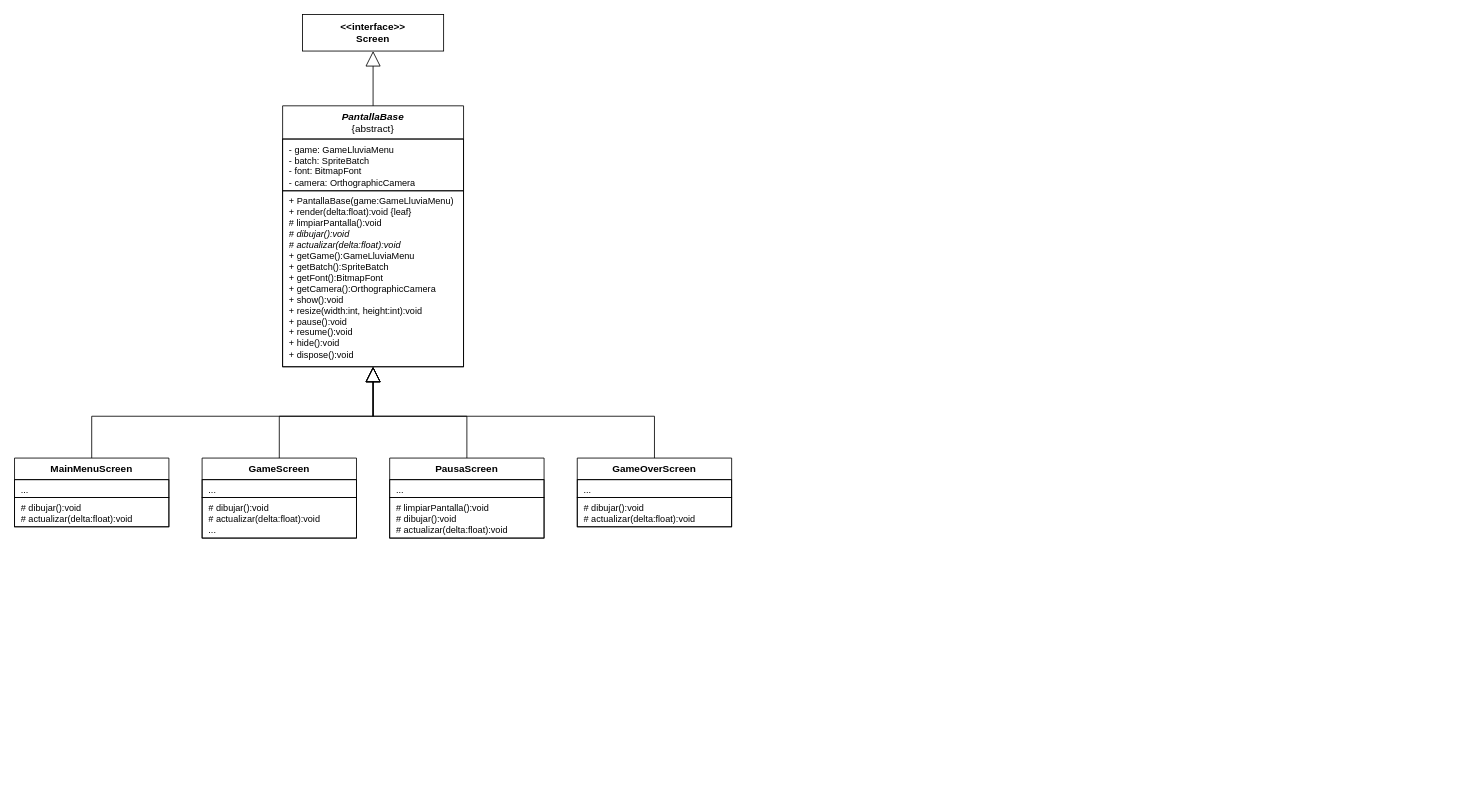
Before: docs/uml-gm8-template-method.drawio in The-Nick-J/GM-Lluvia, a draw.io diagram. Source tidied: cells renumbered, new cells numbered last; positions are measured from the earlier drawing's top-left corner, leaving out a move shared by most shapes. Both pictures are drawn from the tidied source at 83%, with x=0, y=0 at pixel (14, 14).
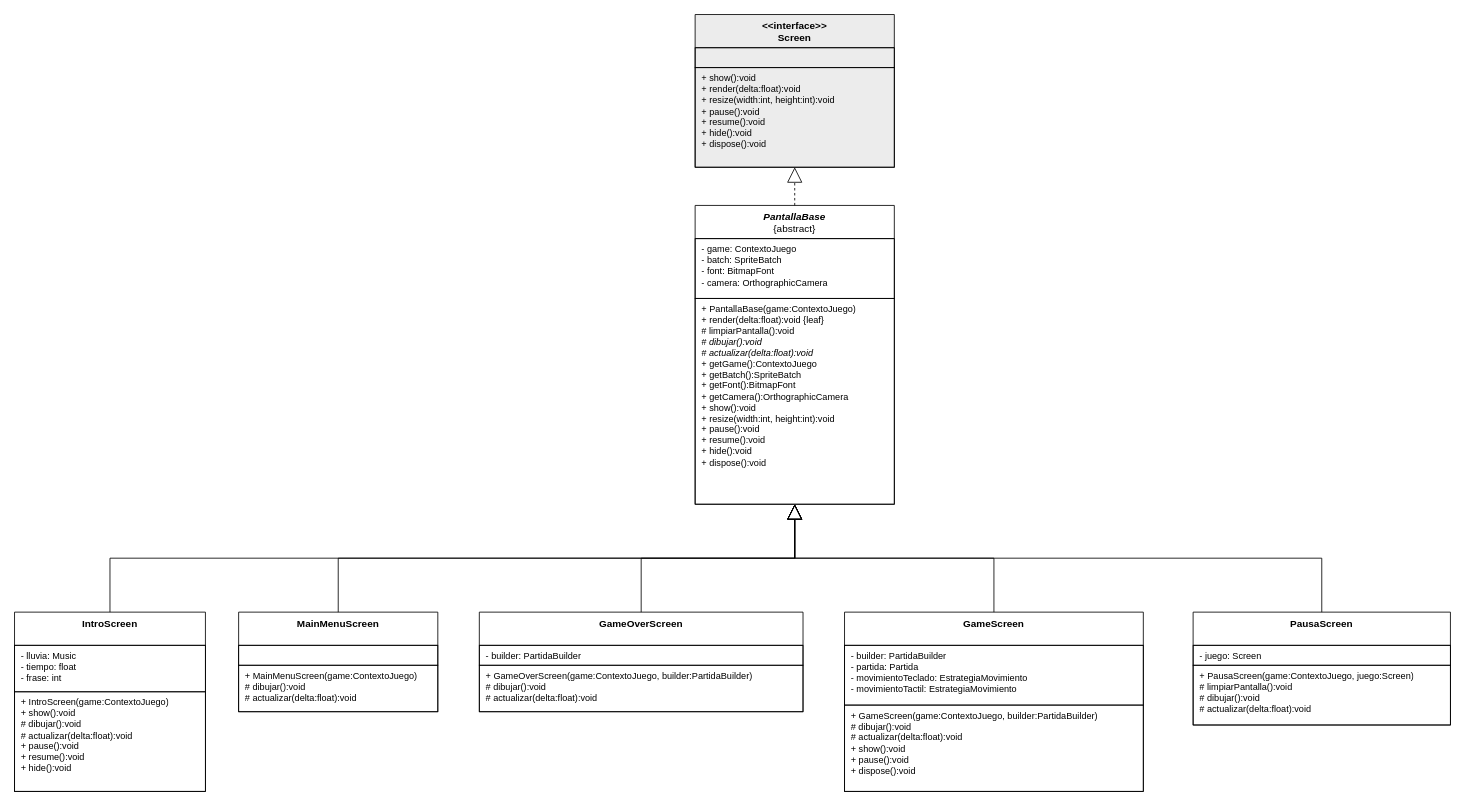
Above is the later version.

What changed in the source:
```diff
@@
-    <mxCell id="2" value="&lt;b&gt;&amp;lt;&amp;lt;interface&amp;gt;&amp;gt;&lt;br&gt;Screen&lt;/b&gt;" style="rounded=0;whiteSpace=wrap;html=1;fillColor=#ffffff;strokeColor=#000000;fontSize=12;fontFamily=Arial;fontColor=#000000;" parent="1" vertex="1">
-      <mxGeometry x="347" width="170" height="44" as="geometry" />
+    <mxCell id="2" value="&lt;b&gt;&amp;lt;&amp;lt;interface&amp;gt;&amp;gt;&lt;br&gt;Screen&lt;/b&gt;" style="swimlane;fontStyle=0;html=1;align=center;verticalAlign=top;horizontal=1;startSize=40;whiteSpace=wrap;fillColor=#ececec;swimlaneFillColor=#ececec;strokeColor=#000000;fontSize=12;fontFamily=Arial;fontColor=#000000;" parent="1" vertex="1">
+      <mxGeometry x="820" width="240" height="184" as="geometry" />
     </mxCell>
+    <mxCell id="23" value="&amp;nbsp;" style="text;html=1;fillColor=none;align=left;verticalAlign=top;spacingLeft=6;spacingRight=4;overflow=hidden;whiteSpace=wrap;fontSize=11;strokeColor=#000000;fontFamily=Arial;fontColor=#000000;" parent="2" vertex="1">
+      <mxGeometry y="40" width="240" height="24" as="geometry" />
+    </mxCell>
+    <mxCell id="24" value="+ show():void&lt;br&gt;+ render(delta:float):void&lt;br&gt;+ resize(width:int, height:int):void&lt;br&gt;+ pause():void&lt;br&gt;+ resume():void&lt;br&gt;+ hide():void&lt;br&gt;+ dispose():void" style="text;html=1;fillColor=none;align=left;verticalAlign=top;spacingLeft=6;spacingRight=4;overflow=hidden;whiteSpace=wrap;fontSize=11;strokeColor=#000000;fontFamily=Arial;fontColor=#000000;" parent="2" vertex="1">
+      <mxGeometry y="64" width="240" height="120" as="geometry" />
+    </mxCell>
     <mxCell id="3" value="&lt;b&gt;&lt;i&gt;PantallaBase&lt;/i&gt;&lt;/b&gt;&lt;br&gt;{abstract}" style="swimlane;fontStyle=0;html=1;align=center;verticalAlign=top;horizontal=1;startSize=40;whiteSpace=wrap;fillColor=#ffffff;swimlaneFillColor=#ffffff;strokeColor=#000000;fontSize=12;fontFamily=Arial;fontColor=#000000;" parent="1" vertex="1">
-      <mxGeometry x="323" y="110" width="218" height="314.4" as="geometry" />
+      <mxGeometry x="820" y="230" width="240" height="360" as="geometry" />
     </mxCell>
-    <mxCell id="4" value="- game: GameLluviaMenu&lt;br&gt;- batch: SpriteBatch&lt;br&gt;- font: BitmapFont&lt;br&gt;- camera: OrthographicCamera" style="text;html=1;fillColor=none;align=left;verticalAlign=top;spacingLeft=6;spacingRight=4;overflow=hidden;whiteSpace=wrap;fontSize=11;fontFamily=Arial;fontColor=#000000;strokeColor=#000000;" parent="3" vertex="1">
-      <mxGeometry y="40" width="218" height="62.4" as="geometry" />
-    </mxCell>
-    <mxCell id="5" value="+ PantallaBase(game:GameLluviaMenu)&lt;br&gt;+ render(delta:float):void {leaf}&lt;br&gt;# limpiarPantalla():void&lt;br&gt;&lt;i&gt;# dibujar():void&lt;/i&gt;&lt;br&gt;&lt;i&gt;# actualizar(delta:float):void&lt;/i&gt;&lt;br&gt;+ getGame():GameLluviaMenu&lt;br&gt;+ getBatch():SpriteBatch&lt;br&gt;+ getFont():BitmapFont&lt;br&gt;+ getCamera():OrthographicCamera&lt;br&gt;+ show():void&lt;br&gt;+ resize(width:int, height:int):void&lt;br&gt;+ pause():void&lt;br&gt;+ resume():void&lt;br&gt;+ hide():void&lt;br&gt;+ dispose():void" style="text;html=1;fillColor=none;align=left;verticalAlign=top;spacingLeft=6;spacingRight=4;overflow=hidden;whiteSpace=wrap;fontSize=11;fontFamily=Arial;fontColor=#000000;strokeColor=#000000;" parent="3" vertex="1">
-      <mxGeometry y="102.4" width="218" height="212" as="geometry" />
-    </mxCell>
+    <mxCell id="25" value="- game: ContextoJuego&lt;br&gt;- batch: SpriteBatch&lt;br&gt;- font: BitmapFont&lt;br&gt;- camera: OrthographicCamera" style="text;html=1;fillColor=none;align=left;verticalAlign=top;spacingLeft=6;spacingRight=4;overflow=hidden;whiteSpace=wrap;fontSize=11;strokeColor=#000000;fontFamily=Arial;fontColor=#000000;" parent="3" vertex="1">
+      <mxGeometry y="40" width="240" height="72" as="geometry" />
+    </mxCell>
+    <mxCell id="26" value="+ PantallaBase(game:ContextoJuego)&lt;br&gt;+ render(delta:float):void {leaf}&lt;br&gt;# limpiarPantalla():void&lt;br&gt;&lt;i&gt;# dibujar():void&lt;/i&gt;&lt;br&gt;&lt;i&gt;# actualizar(delta:float):void&lt;/i&gt;&lt;br&gt;+ getGame():ContextoJuego&lt;br&gt;+ getBatch():SpriteBatch&lt;br&gt;+ getFont():BitmapFont&lt;br&gt;+ getCamera():OrthographicCamera&lt;br&gt;+ show():void&lt;br&gt;+ resize(width:int, height:int):void&lt;br&gt;+ pause():void&lt;br&gt;+ resume():void&lt;br&gt;+ hide():void&lt;br&gt;+ dispose():void" style="text;html=1;fillColor=none;align=left;verticalAlign=top;spacingLeft=6;spacingRight=4;overflow=hidden;whiteSpace=wrap;fontSize=11;strokeColor=#000000;fontFamily=Arial;fontColor=#000000;" parent="3" vertex="1">
+      <mxGeometry y="112" width="240" height="248" as="geometry" />
+    </mxCell>
+    <mxCell id="27" value="&lt;b&gt;IntroScreen&lt;/b&gt;" style="swimlane;fontStyle=0;html=1;align=center;verticalAlign=top;horizontal=1;startSize=40;whiteSpace=wrap;fillColor=#ffffff;swimlaneFillColor=#ffffff;strokeColor=#000000;fontSize=12;fontFamily=Arial;fontColor=#000000;" parent="1" vertex="1">
+      <mxGeometry y="720" width="230" height="216" as="geometry" />
+    </mxCell>
+    <mxCell id="28" value="- lluvia: Music&lt;br&gt;- tiempo: float&lt;br&gt;- frase: int" style="text;html=1;fillColor=none;align=left;verticalAlign=top;spacingLeft=6;spacingRight=4;overflow=hidden;whiteSpace=wrap;fontSize=11;strokeColor=#000000;fontFamily=Arial;fontColor=#000000;" parent="27" vertex="1">
+      <mxGeometry y="40" width="230" height="56" as="geometry" />
+    </mxCell>
+    <mxCell id="29" value="+ IntroScreen(game:ContextoJuego)&lt;br&gt;+ show():void&lt;br&gt;# dibujar():void&lt;br&gt;# actualizar(delta:float):void&lt;br&gt;+ pause():void&lt;br&gt;+ resume():void&lt;br&gt;+ hide():void" style="text;html=1;fillColor=none;align=left;verticalAlign=top;spacingLeft=6;spacingRight=4;overflow=hidden;whiteSpace=wrap;fontSize=11;strokeColor=#000000;fontFamily=Arial;fontColor=#000000;" parent="27" vertex="1">
+      <mxGeometry y="96" width="230" height="120" as="geometry" />
+    </mxCell>
-    <mxCell id="6" value="&lt;b&gt;MainMenuScreen&lt;/b&gt;" style="swimlane;fontStyle=0;html=1;align=center;verticalAlign=top;horizontal=1;startSize=26;whiteSpace=wrap;fillColor=#ffffff;swimlaneFillColor=#ffffff;strokeColor=#000000;fontSize=12;fontFamily=Arial;fontColor=#000000;" parent="1" vertex="1">
-      <mxGeometry y="534.4" width="186" height="82.8" as="geometry" />
+    <mxCell id="6" value="&lt;b&gt;MainMenuScreen&lt;/b&gt;" style="swimlane;fontStyle=0;html=1;align=center;verticalAlign=top;horizontal=1;startSize=40;whiteSpace=wrap;fillColor=#ffffff;swimlaneFillColor=#ffffff;strokeColor=#000000;fontSize=12;fontFamily=Arial;fontColor=#000000;" parent="1" vertex="1">
+      <mxGeometry x="270" y="720" width="240" height="120" as="geometry" />
     </mxCell>
-    <mxCell id="7" value="..." style="text;html=1;fillColor=none;align=left;verticalAlign=top;spacingLeft=6;spacingRight=4;overflow=hidden;whiteSpace=wrap;fontSize=11;fontFamily=Arial;fontColor=#000000;strokeColor=#000000;" parent="6" vertex="1">
-      <mxGeometry y="26" width="186" height="21.6" as="geometry" />
-    </mxCell>
-    <mxCell id="8" value="# dibujar():void&lt;br&gt;# actualizar(delta:float):void" style="text;html=1;fillColor=none;align=left;verticalAlign=top;spacingLeft=6;spacingRight=4;overflow=hidden;whiteSpace=wrap;fontSize=11;fontFamily=Arial;fontColor=#000000;strokeColor=#000000;" parent="6" vertex="1">
-      <mxGeometry y="47.6" width="186" height="35.2" as="geometry" />
-    </mxCell>
+    <mxCell id="30" value="&amp;nbsp;" style="text;html=1;fillColor=none;align=left;verticalAlign=top;spacingLeft=6;spacingRight=4;overflow=hidden;whiteSpace=wrap;fontSize=11;strokeColor=#000000;fontFamily=Arial;fontColor=#000000;" parent="6" vertex="1">
+      <mxGeometry y="40" width="240" height="24" as="geometry" />
+    </mxCell>
+    <mxCell id="31" value="+ MainMenuScreen(game:ContextoJuego)&lt;br&gt;# dibujar():void&lt;br&gt;# actualizar(delta:float):void" style="text;html=1;fillColor=none;align=left;verticalAlign=top;spacingLeft=6;spacingRight=4;overflow=hidden;whiteSpace=wrap;fontSize=11;strokeColor=#000000;fontFamily=Arial;fontColor=#000000;" parent="6" vertex="1">
+      <mxGeometry y="64" width="240" height="56" as="geometry" />
+    </mxCell>
+    <mxCell id="15" value="&lt;b&gt;GameOverScreen&lt;/b&gt;" style="swimlane;fontStyle=0;html=1;align=center;verticalAlign=top;horizontal=1;startSize=40;whiteSpace=wrap;fillColor=#ffffff;swimlaneFillColor=#ffffff;strokeColor=#000000;fontSize=12;fontFamily=Arial;fontColor=#000000;" parent="1" vertex="1">
+      <mxGeometry x="560" y="720" width="390" height="120" as="geometry" />
+    </mxCell>
+    <mxCell id="32" value="- builder: PartidaBuilder" style="text;html=1;fillColor=none;align=left;verticalAlign=top;spacingLeft=6;spacingRight=4;overflow=hidden;whiteSpace=wrap;fontSize=11;strokeColor=#000000;fontFamily=Arial;fontColor=#000000;" parent="15" vertex="1">
+      <mxGeometry y="40" width="390" height="24" as="geometry" />
+    </mxCell>
+    <mxCell id="33" value="+ GameOverScreen(game:ContextoJuego, builder:PartidaBuilder)&lt;br&gt;# dibujar():void&lt;br&gt;# actualizar(delta:float):void" style="text;html=1;fillColor=none;align=left;verticalAlign=top;spacingLeft=6;spacingRight=4;overflow=hidden;whiteSpace=wrap;fontSize=11;strokeColor=#000000;fontFamily=Arial;fontColor=#000000;" parent="15" vertex="1">
+      <mxGeometry y="64" width="390" height="56" as="geometry" />
+    </mxCell>
-    <mxCell id="9" value="&lt;b&gt;GameScreen&lt;/b&gt;" style="swimlane;fontStyle=0;html=1;align=center;verticalAlign=top;horizontal=1;startSize=26;whiteSpace=wrap;fillColor=#ffffff;swimlaneFillColor=#ffffff;strokeColor=#000000;fontSize=12;fontFamily=Arial;fontColor=#000000;" parent="1" vertex="1">
-      <mxGeometry x="226" y="534.4" width="186" height="96.4" as="geometry" />
+    <mxCell id="9" value="&lt;b&gt;GameScreen&lt;/b&gt;" style="swimlane;fontStyle=0;html=1;align=center;verticalAlign=top;horizontal=1;startSize=40;whiteSpace=wrap;fillColor=#ffffff;swimlaneFillColor=#ffffff;strokeColor=#000000;fontSize=12;fontFamily=Arial;fontColor=#000000;" parent="1" vertex="1">
+      <mxGeometry x="1000" y="720" width="360" height="216" as="geometry" />
     </mxCell>
-    <mxCell id="10" value="..." style="text;html=1;fillColor=none;align=left;verticalAlign=top;spacingLeft=6;spacingRight=4;overflow=hidden;whiteSpace=wrap;fontSize=11;fontFamily=Arial;fontColor=#000000;strokeColor=#000000;" parent="9" vertex="1">
-      <mxGeometry y="26" width="186" height="21.6" as="geometry" />
-    </mxCell>
-    <mxCell id="11" value="# dibujar():void&lt;br&gt;# actualizar(delta:float):void&lt;br&gt;..." style="text;html=1;fillColor=none;align=left;verticalAlign=top;spacingLeft=6;spacingRight=4;overflow=hidden;whiteSpace=wrap;fontSize=11;fontFamily=Arial;fontColor=#000000;strokeColor=#000000;" parent="9" vertex="1">
-      <mxGeometry y="47.6" width="186" height="48.8" as="geometry" />
-    </mxCell>
+    <mxCell id="34" value="- builder: PartidaBuilder&lt;br&gt;- partida: Partida&lt;br&gt;- movimientoTeclado: EstrategiaMovimiento&lt;br&gt;- movimientoTactil: EstrategiaMovimiento" style="text;html=1;fillColor=none;align=left;verticalAlign=top;spacingLeft=6;spacingRight=4;overflow=hidden;whiteSpace=wrap;fontSize=11;strokeColor=#000000;fontFamily=Arial;fontColor=#000000;" parent="9" vertex="1">
+      <mxGeometry y="40" width="360" height="72" as="geometry" />
+    </mxCell>
+    <mxCell id="35" value="+ GameScreen(game:ContextoJuego, builder:PartidaBuilder)&lt;br&gt;# dibujar():void&lt;br&gt;# actualizar(delta:float):void&lt;br&gt;+ show():void&lt;br&gt;+ pause():void&lt;br&gt;+ dispose():void" style="text;html=1;fillColor=none;align=left;verticalAlign=top;spacingLeft=6;spacingRight=4;overflow=hidden;whiteSpace=wrap;fontSize=11;strokeColor=#000000;fontFamily=Arial;fontColor=#000000;" parent="9" vertex="1">
+      <mxGeometry y="112" width="360" height="104" as="geometry" />
+    </mxCell>
-    <mxCell id="12" value="&lt;b&gt;PausaScreen&lt;/b&gt;" style="swimlane;fontStyle=0;html=1;align=center;verticalAlign=top;horizontal=1;startSize=26;whiteSpace=wrap;fillColor=#ffffff;swimlaneFillColor=#ffffff;strokeColor=#000000;fontSize=12;fontFamily=Arial;fontColor=#000000;" parent="1" vertex="1">
-      <mxGeometry x="452" y="534.4" width="186" height="96.4" as="geometry" />
+    <mxCell id="12" value="&lt;b&gt;PausaScreen&lt;/b&gt;" style="swimlane;fontStyle=0;html=1;align=center;verticalAlign=top;horizontal=1;startSize=40;whiteSpace=wrap;fillColor=#ffffff;swimlaneFillColor=#ffffff;strokeColor=#000000;fontSize=12;fontFamily=Arial;fontColor=#000000;" parent="1" vertex="1">
+      <mxGeometry x="1420" y="720" width="310" height="136" as="geometry" />
     </mxCell>
-    <mxCell id="13" value="..." style="text;html=1;fillColor=none;align=left;verticalAlign=top;spacingLeft=6;spacingRight=4;overflow=hidden;whiteSpace=wrap;fontSize=11;fontFamily=Arial;fontColor=#000000;strokeColor=#000000;" parent="12" vertex="1">
-      <mxGeometry y="26" width="186" height="21.6" as="geometry" />
-    </mxCell>
-    <mxCell id="14" value="# limpiarPantalla():void&lt;br&gt;# dibujar():void&lt;br&gt;# actualizar(delta:float):void" style="text;html=1;fillColor=none;align=left;verticalAlign=top;spacingLeft=6;spacingRight=4;overflow=hidden;whiteSpace=wrap;fontSize=11;fontFamily=Arial;fontColor=#000000;strokeColor=#000000;" parent="12" vertex="1">
-      <mxGeometry y="47.6" width="186" height="48.8" as="geometry" />
-    </mxCell>
-    <mxCell id="15" value="&lt;b&gt;GameOverScreen&lt;/b&gt;" style="swimlane;fontStyle=0;html=1;align=center;verticalAlign=top;horizontal=1;startSize=26;whiteSpace=wrap;fillColor=#ffffff;swimlaneFillColor=#ffffff;strokeColor=#000000;fontSize=12;fontFamily=Arial;fontColor=#000000;" parent="1" vertex="1">
-      <mxGeometry x="678" y="534.4" width="186" height="82.8" as="geometry" />
-    </mxCell>
-    <mxCell id="16" value="..." style="text;html=1;fillColor=none;align=left;verticalAlign=top;spacingLeft=6;spacingRight=4;overflow=hidden;whiteSpace=wrap;fontSize=11;fontFamily=Arial;fontColor=#000000;strokeColor=#000000;" parent="15" vertex="1">
-      <mxGeometry y="26" width="186" height="21.6" as="geometry" />
-    </mxCell>
-    <mxCell id="17" value="# dibujar():void&lt;br&gt;# actualizar(delta:float):void" style="text;html=1;fillColor=none;align=left;verticalAlign=top;spacingLeft=6;spacingRight=4;overflow=hidden;whiteSpace=wrap;fontSize=11;fontFamily=Arial;fontColor=#000000;strokeColor=#000000;" parent="15" vertex="1">
-      <mxGeometry y="47.6" width="186" height="35.2" as="geometry" />
-    </mxCell>
+    <mxCell id="36" value="- juego: Screen" style="text;html=1;fillColor=none;align=left;verticalAlign=top;spacingLeft=6;spacingRight=4;overflow=hidden;whiteSpace=wrap;fontSize=11;strokeColor=#000000;fontFamily=Arial;fontColor=#000000;" parent="12" vertex="1">
+      <mxGeometry y="40" width="310" height="24" as="geometry" />
+    </mxCell>
+    <mxCell id="37" value="+ PausaScreen(game:ContextoJuego, juego:Screen)&lt;br&gt;# limpiarPantalla():void&lt;br&gt;# dibujar():void&lt;br&gt;# actualizar(delta:float):void" style="text;html=1;fillColor=none;align=left;verticalAlign=top;spacingLeft=6;spacingRight=4;overflow=hidden;whiteSpace=wrap;fontSize=11;strokeColor=#000000;fontFamily=Arial;fontColor=#000000;" parent="12" vertex="1">
+      <mxGeometry y="64" width="310" height="72" as="geometry" />
+    </mxCell>
-    <mxCell id="18" style="edgeStyle=orthogonalEdgeStyle;rounded=0;html=1;fontSize=10;jumpStyle=arc;jumpSize=8;strokeColor=#000000;labelBackgroundColor=#ffffff;fontFamily=Arial;fontColor=#000000;endArrow=block;endFill=0;endSize=16;exitX=0.5;exitY=0;exitDx=0;exitDy=0;entryX=0.5;entryY=1;entryDx=0;entryDy=0;" parent="1" edge="1" source="3" target="2">
+    <mxCell id="18" style="edgeStyle=orthogonalEdgeStyle;rounded=0;html=1;fontSize=10;jumpStyle=arc;jumpSize=8;strokeColor=#000000;labelBackgroundColor=#ffffff;fontFamily=Arial;fontColor=#000000;endArrow=block;endFill=0;endSize=16;dashed=1;exitX=0.5;exitY=0;exitDx=0;exitDy=0;entryX=0.5;entryY=1;entryDx=0;entryDy=0;" parent="1" edge="1" source="3" target="2">
       <mxGeometry relative="1" as="geometry" />
     </mxCell>
+    <mxCell id="38" style="edgeStyle=orthogonalEdgeStyle;rounded=0;html=1;fontSize=10;jumpStyle=arc;jumpSize=8;strokeColor=#000000;labelBackgroundColor=#ffffff;fontFamily=Arial;fontColor=#000000;endArrow=block;endFill=0;endSize=16;exitX=0.5;exitY=0;exitDx=0;exitDy=0;entryX=0.5;entryY=1;entryDx=0;entryDy=0;" parent="1" edge="1" source="27" target="3">
+      <mxGeometry relative="1" as="geometry" />
+    </mxCell>
     <mxCell id="19" style="edgeStyle=orthogonalEdgeStyle;rounded=0;html=1;fontSize=10;jumpStyle=arc;jumpSize=8;strokeColor=#000000;labelBackgroundColor=#ffffff;fontFamily=Arial;fontColor=#000000;endArrow=block;endFill=0;endSize=16;exitX=0.5;exitY=0;exitDx=0;exitDy=0;entryX=0.5;entryY=1;entryDx=0;entryDy=0;" parent="1" edge="1" source="6" target="3">
-      <mxGeometry relative="1" as="geometry">
-        <Array as="points">
-          <mxPoint x="93" y="484" />
-          <mxPoint x="432" y="484" />
-        </Array>
-      </mxGeometry>
+      <mxGeometry relative="1" as="geometry" />
     </mxCell>
+    <mxCell id="22" style="edgeStyle=orthogonalEdgeStyle;rounded=0;html=1;fontSize=10;jumpStyle=arc;jumpSize=8;strokeColor=#000000;labelBackgroundColor=#ffffff;fontFamily=Arial;fontColor=#000000;endArrow=block;endFill=0;endSize=16;exitX=0.5;exitY=0;exitDx=0;exitDy=0;entryX=0.5;entryY=1;entryDx=0;entryDy=0;" parent="1" edge="1" source="15" target="3">
+      <mxGeometry relative="1" as="geometry" />
+    </mxCell>
     <mxCell id="20" style="edgeStyle=orthogonalEdgeStyle;rounded=0;html=1;fontSize=10;jumpStyle=arc;jumpSize=8;strokeColor=#000000;labelBackgroundColor=#ffffff;fontFamily=Arial;fontColor=#000000;endArrow=block;endFill=0;endSize=16;exitX=0.5;exitY=0;exitDx=0;exitDy=0;entryX=0.5;entryY=1;entryDx=0;entryDy=0;" parent="1" edge="1" source="9" target="3">
-      <mxGeometry relative="1" as="geometry">
-        <Array as="points">
-          <mxPoint x="319" y="484" />
-          <mxPoint x="432" y="484" />
-        </Array>
-      </mxGeometry>
+      <mxGeometry relative="1" as="geometry" />
     </mxCell>
     <mxCell id="21" style="edgeStyle=orthogonalEdgeStyle;rounded=0;html=1;fontSize=10;jumpStyle=arc;jumpSize=8;strokeColor=#000000;labelBackgroundColor=#ffffff;fontFamily=Arial;fontColor=#000000;endArrow=block;endFill=0;endSize=16;exitX=0.5;exitY=0;exitDx=0;exitDy=0;entryX=0.5;entryY=1;entryDx=0;entryDy=0;" parent="1" edge="1" source="12" target="3">
-      <mxGeometry relative="1" as="geometry">
-        <Array as="points">
-          <mxPoint x="545" y="484" />
-          <mxPoint x="432" y="484" />
-        </Array>
-      </mxGeometry>
+      <mxGeometry relative="1" as="geometry" />
     </mxCell>
-    <mxCell id="22" style="edgeStyle=orthogonalEdgeStyle;rounded=0;html=1;fontSize=10;jumpStyle=arc;jumpSize=8;strokeColor=#000000;labelBackgroundColor=#ffffff;fontFamily=Arial;fontColor=#000000;endArrow=block;endFill=0;endSize=16;exitX=0.5;exitY=0;exitDx=0;exitDy=0;entryX=0.5;entryY=1;entryDx=0;entryDy=0;" parent="1" edge="1" source="15" target="3">
-      <mxGeometry relative="1" as="geometry">
-        <Array as="points">
-          <mxPoint x="771" y="484" />
-          <mxPoint x="432" y="484" />
-        </Array>
-      </mxGeometry>
-    </mxCell>
```
